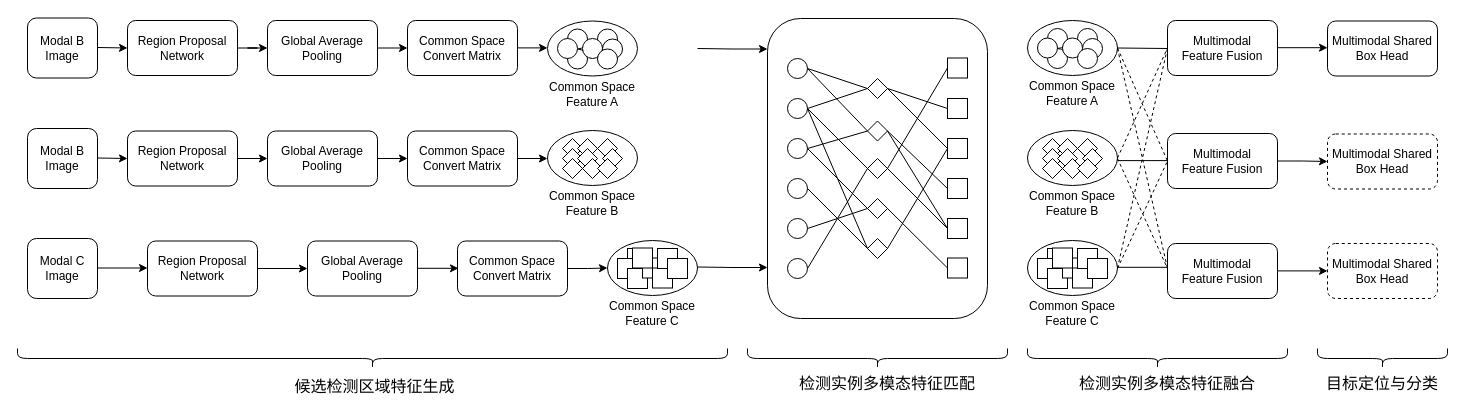
Above: 多视角多模态目标检测3模态案例.drawio in thb1314/for_draw_io (draw.io), before the change. Source tidied: cells renumbered, new cells numbered last; positions are measured from the earlier drawing's top-left corner, leaving out a move shared by most shapes. Both pictures are drawn from the tidied source at 100%, with x=0, y=0 at pixel (27, 3).
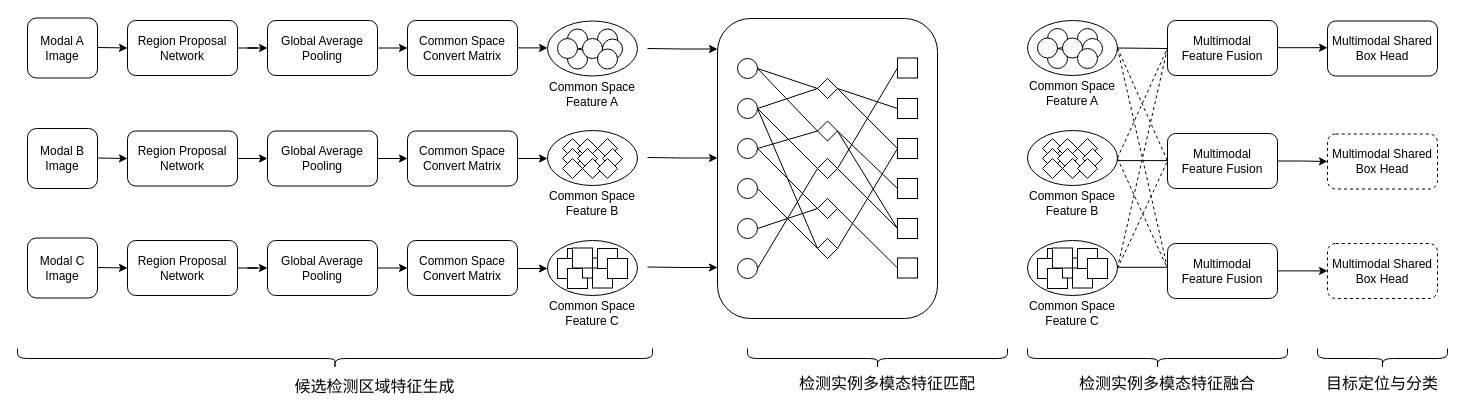
After the change.

Commit message (it also covers changes not shown here):
更新多视角多模态目标检测3模态案例.drawio

Diff of the diagram source:
```diff
@@
     <mxCell id="2" style="rounded=1;whiteSpace=wrap;html=1;fillColor=none;" parent="1" vertex="1">
-      <mxGeometry x="740" y="15" width="220" height="300" as="geometry" />
+      <mxGeometry x="690" y="15" width="220" height="300" as="geometry" />
     </mxCell>
@@
     <mxCell id="7" style="ellipse;whiteSpace=wrap;html=1;" parent="1" vertex="1">
-      <mxGeometry x="760" y="55" width="20" height="20" as="geometry" />
+      <mxGeometry x="710" y="55" width="20" height="20" as="geometry" />
     </mxCell>
@@
-    <mxCell id="27" value="Modal C&lt;br&gt;Image" style="rounded=1;whiteSpace=wrap;html=1;" parent="1" vertex="1">
-      <mxGeometry y="235" width="70" height="60" as="geometry" />
-    </mxCell>
-    <mxCell id="28" style="endArrow=classic;html=1;rounded=0;" parent="1" edge="1">
-      <mxGeometry relative="1" as="geometry">
-        <mxPoint x="70" y="264.5" as="sourcePoint" />
-        <mxPoint x="120" y="264.5" as="targetPoint" />
-      </mxGeometry>
-    </mxCell>
-    <mxCell id="29" style="edgeStyle=orthogonalEdgeStyle;rounded=0;jettySize=auto;html=1;" parent="1" edge="1" source="30" target="32">
-      <mxGeometry relative="1" as="geometry" />
-    </mxCell>
-    <mxCell id="30" value="Region Proposal&lt;br&gt;Network" style="rounded=1;whiteSpace=wrap;html=1;" parent="1" vertex="1">
-      <mxGeometry x="120" y="237.5" width="110" height="55" as="geometry" />
-    </mxCell>
-    <mxCell id="31" style="edgeStyle=orthogonalEdgeStyle;rounded=0;orthogonalLoop=1;jettySize=auto;html=1;exitX=1;exitY=0.5;exitDx=0;exitDy=0;entryX=0;entryY=0.5;entryDx=0;entryDy=0;" parent="1" edge="1">
-      <mxGeometry relative="1" as="geometry">
-        <mxPoint x="390" y="264.8" as="sourcePoint" />
-        <mxPoint x="431" y="264.8" as="targetPoint" />
-      </mxGeometry>
-    </mxCell>
-    <mxCell id="32" value="Global Average&lt;br&gt;Pooling" style="rounded=1;whiteSpace=wrap;html=1;" parent="1" vertex="1">
-      <mxGeometry x="280" y="237.5" width="110" height="55" as="geometry" />
-    </mxCell>
-    <mxCell id="33" style="edgeStyle=orthogonalEdgeStyle;rounded=0;jettySize=auto;html=1;exitX=1;exitY=0.5;exitDx=0;exitDy=0;entryX=0;entryY=0.5;entryDx=0;entryDy=0;" parent="1" edge="1" source="34" target="36">
-      <mxGeometry relative="1" as="geometry" />
+    <mxCell id="33" style="edgeStyle=orthogonalEdgeStyle;rounded=0;jettySize=auto;html=1;exitX=1;exitY=0.5;exitDx=0;exitDy=0;entryX=0;entryY=0.5;entryDx=0;entryDy=0;" parent="1" edge="1" target="36">
+      <mxGeometry relative="1" as="geometry">
+        <mxPoint x="490" y="265" as="sourcePoint" />
+      </mxGeometry>
     </mxCell>
-    <mxCell id="34" value="Common Space&lt;br&gt;Convert Matrix" style="rounded=1;whiteSpace=wrap;html=1;" parent="1" vertex="1">
-      <mxGeometry x="430" y="237.5" width="110" height="55" as="geometry" />
-    </mxCell>
     <mxCell id="35" style="edgeStyle=orthogonalEdgeStyle;rounded=0;orthogonalLoop=1;jettySize=auto;html=1;" parent="1" edge="1">
       <mxGeometry relative="1" as="geometry">
-        <mxPoint x="670" y="263.5" as="sourcePoint" />
-        <mxPoint x="740" y="264" as="targetPoint" />
+        <mxPoint x="620" y="263.5" as="sourcePoint" />
+        <mxPoint x="690" y="264" as="targetPoint" />
       </mxGeometry>
     </mxCell>
     <mxCell id="36" style="ellipse;whiteSpace=wrap;html=1;" parent="1" vertex="1">
-      <mxGeometry x="580" y="237" width="90" height="55" as="geometry" />
+      <mxGeometry x="520" y="237" width="90" height="55" as="geometry" />
     </mxCell>
     <mxCell id="37" value="Common Space Feature C" style="text;html=1;strokeColor=none;fillColor=none;align=center;verticalAlign=middle;whiteSpace=wrap;rounded=0;" parent="1" vertex="1">
-      <mxGeometry x="570" y="295" width="110" height="30" as="geometry" />
+      <mxGeometry x="510" y="295" width="110" height="30" as="geometry" />
     </mxCell>
@@
     <mxCell id="47" style="whiteSpace=wrap;html=1;" parent="1" vertex="1">
-      <mxGeometry x="600" y="245" width="20" height="20" as="geometry" />
+      <mxGeometry x="540" y="245" width="20" height="20" as="geometry" />
     </mxCell>
     <mxCell id="48" style="whiteSpace=wrap;html=1;" parent="1" vertex="1">
-      <mxGeometry x="590" y="255" width="20" height="20" as="geometry" />
+      <mxGeometry x="530" y="255" width="20" height="20" as="geometry" />
     </mxCell>
     <mxCell id="49" style="whiteSpace=wrap;html=1;" parent="1" vertex="1">
-      <mxGeometry x="600" y="265" width="20" height="20" as="geometry" />
+      <mxGeometry x="540" y="265" width="20" height="20" as="geometry" />
     </mxCell>
     <mxCell id="50" style="whiteSpace=wrap;html=1;" parent="1" vertex="1">
-      <mxGeometry x="615" y="254.5" width="20" height="20" as="geometry" />
+      <mxGeometry x="555" y="254.5" width="20" height="20" as="geometry" />
     </mxCell>
     <mxCell id="51" style="whiteSpace=wrap;html=1;" parent="1" vertex="1">
-      <mxGeometry x="625" y="264.5" width="20" height="20" as="geometry" />
+      <mxGeometry x="565" y="264.5" width="20" height="20" as="geometry" />
     </mxCell>
     <mxCell id="52" style="whiteSpace=wrap;html=1;" parent="1" vertex="1">
-      <mxGeometry x="605" y="244.5" width="20" height="20" as="geometry" />
+      <mxGeometry x="545" y="244.5" width="20" height="20" as="geometry" />
     </mxCell>
     <mxCell id="53" style="whiteSpace=wrap;html=1;" parent="1" vertex="1">
-      <mxGeometry x="630" y="245" width="20" height="20" as="geometry" />
+      <mxGeometry x="570" y="245" width="20" height="20" as="geometry" />
     </mxCell>
     <mxCell id="54" style="whiteSpace=wrap;html=1;" parent="1" vertex="1">
-      <mxGeometry x="640" y="255" width="20" height="20" as="geometry" />
+      <mxGeometry x="580" y="255" width="20" height="20" as="geometry" />
     </mxCell>
     <mxCell id="55" style="ellipse;whiteSpace=wrap;html=1;" parent="1" vertex="1">
-      <mxGeometry x="760" y="95" width="20" height="20" as="geometry" />
+      <mxGeometry x="710" y="95" width="20" height="20" as="geometry" />
     </mxCell>
     <mxCell id="56" style="ellipse;whiteSpace=wrap;html=1;" parent="1" vertex="1">
-      <mxGeometry x="760" y="135" width="20" height="20" as="geometry" />
+      <mxGeometry x="710" y="135" width="20" height="20" as="geometry" />
     </mxCell>
     <mxCell id="57" style="ellipse;whiteSpace=wrap;html=1;" parent="1" vertex="1">
-      <mxGeometry x="760" y="175" width="20" height="20" as="geometry" />
+      <mxGeometry x="710" y="175" width="20" height="20" as="geometry" />
     </mxCell>
     <mxCell id="58" style="ellipse;whiteSpace=wrap;html=1;" parent="1" vertex="1">
-      <mxGeometry x="760" y="215" width="20" height="20" as="geometry" />
+      <mxGeometry x="710" y="215" width="20" height="20" as="geometry" />
     </mxCell>
     <mxCell id="59" style="ellipse;whiteSpace=wrap;html=1;" parent="1" vertex="1">
-      <mxGeometry x="760" y="255" width="20" height="20" as="geometry" />
+      <mxGeometry x="710" y="255" width="20" height="20" as="geometry" />
     </mxCell>
     <mxCell id="60" style="rhombus;whiteSpace=wrap;html=1;" parent="1" vertex="1">
-      <mxGeometry x="840" y="75" width="20" height="20" as="geometry" />
+      <mxGeometry x="790" y="75" width="20" height="20" as="geometry" />
     </mxCell>
     <mxCell id="61" style="rhombus;whiteSpace=wrap;html=1;" parent="1" vertex="1">
-      <mxGeometry x="840" y="117.5" width="20" height="20" as="geometry" />
+      <mxGeometry x="790" y="117.5" width="20" height="20" as="geometry" />
     </mxCell>
     <mxCell id="62" style="rhombus;whiteSpace=wrap;html=1;" parent="1" vertex="1">
-      <mxGeometry x="840" y="155" width="20" height="20" as="geometry" />
+      <mxGeometry x="790" y="155" width="20" height="20" as="geometry" />
     </mxCell>
     <mxCell id="63" style="rhombus;whiteSpace=wrap;html=1;" parent="1" vertex="1">
-      <mxGeometry x="840" y="195" width="20" height="20" as="geometry" />
+      <mxGeometry x="790" y="195" width="20" height="20" as="geometry" />
     </mxCell>
     <mxCell id="64" style="rhombus;whiteSpace=wrap;html=1;" parent="1" vertex="1">
-      <mxGeometry x="840" y="235" width="20" height="20" as="geometry" />
+      <mxGeometry x="790" y="235" width="20" height="20" as="geometry" />
     </mxCell>
     <mxCell id="65" style="whiteSpace=wrap;html=1;" parent="1" vertex="1">
-      <mxGeometry x="920" y="54.5" width="20" height="20" as="geometry" />
+      <mxGeometry x="870" y="54.5" width="20" height="20" as="geometry" />
     </mxCell>
     <mxCell id="66" style="whiteSpace=wrap;html=1;" parent="1" vertex="1">
-      <mxGeometry x="920" y="95" width="20" height="20" as="geometry" />
+      <mxGeometry x="870" y="95" width="20" height="20" as="geometry" />
     </mxCell>
     <mxCell id="67" style="whiteSpace=wrap;html=1;" parent="1" vertex="1">
-      <mxGeometry x="920" y="135" width="20" height="20" as="geometry" />
+      <mxGeometry x="870" y="135" width="20" height="20" as="geometry" />
     </mxCell>
     <mxCell id="68" style="whiteSpace=wrap;html=1;" parent="1" vertex="1">
-      <mxGeometry x="920" y="175" width="20" height="20" as="geometry" />
+      <mxGeometry x="870" y="175" width="20" height="20" as="geometry" />
     </mxCell>
     <mxCell id="69" style="whiteSpace=wrap;html=1;" parent="1" vertex="1">
-      <mxGeometry x="920" y="215" width="20" height="20" as="geometry" />
+      <mxGeometry x="870" y="215" width="20" height="20" as="geometry" />
     </mxCell>
     <mxCell id="70" style="whiteSpace=wrap;html=1;" parent="1" vertex="1">
-      <mxGeometry x="920" y="254.5" width="20" height="20" as="geometry" />
+      <mxGeometry x="870" y="254.5" width="20" height="20" as="geometry" />
     </mxCell>
@@
     <mxCell id="76" style="endArrow=none;html=1;rounded=0;exitX=1;exitY=0.5;exitDx=0;exitDy=0;" parent="1" edge="1" source="58">
       <mxGeometry relative="1" as="geometry">
-        <mxPoint x="840" y="205" as="targetPoint" />
+        <mxPoint x="790" y="205" as="targetPoint" />
       </mxGeometry>
     </mxCell>
@@
     <mxCell id="80" style="endArrow=none;html=1;rounded=0;exitX=1;exitY=0.5;exitDx=0;exitDy=0;entryX=0;entryY=0.5;entryDx=0;entryDy=0;" parent="1" edge="1">
       <mxGeometry relative="1" as="geometry">
-        <mxPoint x="860" y="85" as="sourcePoint" />
-        <mxPoint x="920" y="105" as="targetPoint" />
+        <mxPoint x="810" y="85" as="sourcePoint" />
+        <mxPoint x="870" y="105" as="targetPoint" />
       </mxGeometry>
     </mxCell>
@@
     <mxCell id="85" style="endArrow=none;html=1;rounded=0;exitX=1;exitY=0.5;exitDx=0;exitDy=0;" parent="1" edge="1">
       <mxGeometry relative="1" as="geometry">
-        <mxPoint x="860" y="165" as="sourcePoint" />
-        <mxPoint x="920" y="225" as="targetPoint" />
+        <mxPoint x="810" y="165" as="sourcePoint" />
+        <mxPoint x="870" y="225" as="targetPoint" />
       </mxGeometry>
     </mxCell>
     <mxCell id="86" style="endArrow=none;html=1;rounded=0;exitX=1;exitY=0.5;exitDx=0;exitDy=0;" parent="1" edge="1" source="60">
       <mxGeometry relative="1" as="geometry">
-        <mxPoint x="920" y="145" as="targetPoint" />
+        <mxPoint x="870" y="145" as="targetPoint" />
       </mxGeometry>
     </mxCell>
     <mxCell id="87" style="endArrow=none;html=1;rounded=0;exitX=1;exitY=0.5;exitDx=0;exitDy=0;" parent="1" edge="1">
       <mxGeometry relative="1" as="geometry">
-        <mxPoint x="860" y="127.5" as="sourcePoint" />
-        <mxPoint x="920" y="225" as="targetPoint" />
+        <mxPoint x="810" y="127.5" as="sourcePoint" />
+        <mxPoint x="870" y="225" as="targetPoint" />
       </mxGeometry>
     </mxCell>
@@
     <mxCell id="137" style="shape=curlyBracket;whiteSpace=wrap;html=1;rounded=1;flipH=1;labelPosition=right;verticalLabelPosition=middle;align=left;verticalAlign=middle;rotation=90;" parent="1" vertex="1">
-      <mxGeometry x="335" width="20" height="710" as="geometry" />
+      <mxGeometry x="297.5" y="37.5" width="20" height="635" as="geometry" />
     </mxCell>
@@
     <mxCell id="141" style="edgeStyle=orthogonalEdgeStyle;rounded=0;orthogonalLoop=1;jettySize=auto;html=1;" parent="1" edge="1">
       <mxGeometry relative="1" as="geometry">
-        <mxPoint x="670" y="45" as="sourcePoint" />
-        <mxPoint x="740" y="45.5" as="targetPoint" />
+        <mxPoint x="620" y="45" as="sourcePoint" />
+        <mxPoint x="690" y="45.5" as="targetPoint" />
       </mxGeometry>
     </mxCell>
-    <mxCell id="142" value="Modal B&lt;br&gt;Image" style="rounded=1;whiteSpace=wrap;html=1;" parent="1" vertex="1">
+    <mxCell id="142" value="Modal A&lt;br&gt;Image" style="rounded=1;whiteSpace=wrap;html=1;" parent="1" vertex="1">
       <mxGeometry y="14.5" width="70" height="60" as="geometry" />
     </mxCell>
@@
+    <mxCell id="27" value="Modal C&lt;br&gt;Image" style="rounded=1;whiteSpace=wrap;html=1;" parent="1" vertex="1">
+      <mxGeometry y="234.5" width="70" height="60" as="geometry" />
+    </mxCell>
+    <mxCell id="150" style="endArrow=classic;html=1;rounded=0;" parent="1" edge="1">
+      <mxGeometry relative="1" as="geometry">
+        <mxPoint x="70" y="264" as="sourcePoint" />
+        <mxPoint x="100" y="264.5" as="targetPoint" />
+      </mxGeometry>
+    </mxCell>
+    <mxCell id="29" style="edgeStyle=orthogonalEdgeStyle;rounded=0;jettySize=auto;html=1;" parent="1" edge="1" source="30" target="32">
+      <mxGeometry relative="1" as="geometry" />
+    </mxCell>
+    <mxCell id="30" value="Region Proposal&lt;br&gt;Network" style="rounded=1;whiteSpace=wrap;html=1;" parent="1" vertex="1">
+      <mxGeometry x="100" y="237" width="110" height="55" as="geometry" />
+    </mxCell>
+    <mxCell id="151" style="edgeStyle=orthogonalEdgeStyle;rounded=0;jettySize=auto;html=1;exitX=1;exitY=0.5;exitDx=0;exitDy=0;entryX=0;entryY=0.5;entryDx=0;entryDy=0;" parent="1" edge="1" source="32" target="34">
+      <mxGeometry relative="1" as="geometry" />
+    </mxCell>
+    <mxCell id="32" value="Global Average&lt;br&gt;Pooling" style="rounded=1;whiteSpace=wrap;html=1;" parent="1" vertex="1">
+      <mxGeometry x="240" y="237" width="110" height="55" as="geometry" />
+    </mxCell>
+    <mxCell id="34" value="Common Space&lt;br&gt;Convert Matrix" style="rounded=1;whiteSpace=wrap;html=1;" parent="1" vertex="1">
+      <mxGeometry x="380" y="237" width="110" height="55" as="geometry" />
+    </mxCell>
+    <mxCell id="152" style="edgeStyle=orthogonalEdgeStyle;rounded=0;orthogonalLoop=1;jettySize=auto;html=1;" parent="1" edge="1">
+      <mxGeometry relative="1" as="geometry">
+        <mxPoint x="620" y="154" as="sourcePoint" />
+        <mxPoint x="690" y="154.5" as="targetPoint" />
+      </mxGeometry>
+    </mxCell>
```
